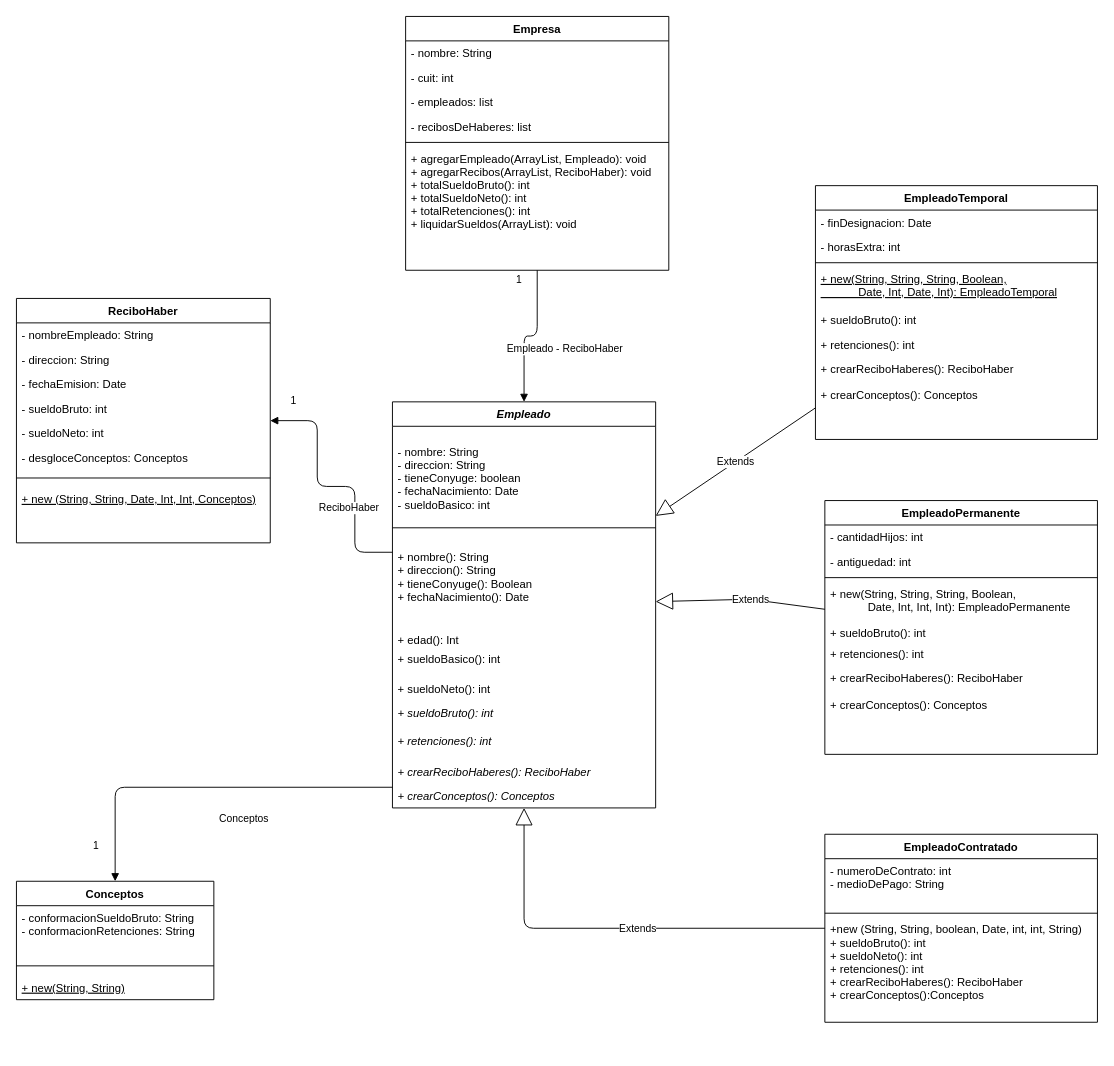
This is 2-TP-UML/TP-02-EmpleadosExtendido.drawio from CundariNicolas/unqui-poo2-cundari, a draw.io file, before an edit. Source tidied: cells renumbered, new cells numbered last; positions are measured from the earlier drawing's top-left corner, leaving out a move shared by most shapes. Both pictures are drawn from the tidied source at 94%, with x=0, y=0 at pixel (16, 16).
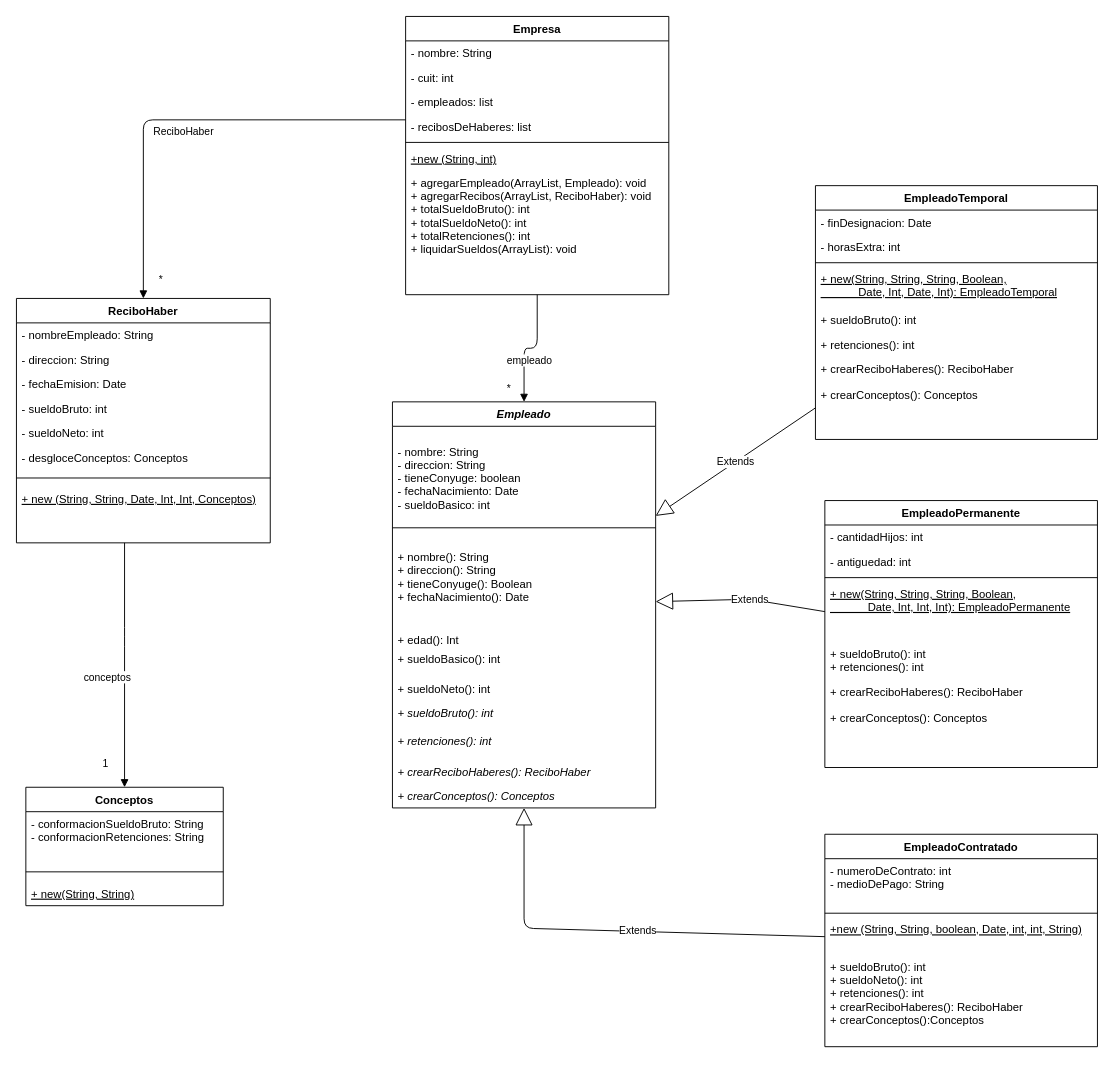
The same page after the edit.

Unchanged cells that the change refers to:
```xml
<mxCell id="9" value="Empleado" style="swimlane;fontStyle=3;align=center;verticalAlign=top;horizontal=1;startSize=26;" parent="1" vertex="1">
  <mxGeometry x="400" y="410" width="280" height="432" as="geometry" />
</mxCell>
<mxCell id="39" value="ReciboHaber" style="swimlane;fontStyle=1;align=center;verticalAlign=top;horizontal=1;startSize=26;" parent="1" vertex="1">
  <mxGeometry y="300" width="270" height="260" as="geometry" />
</mxCell>
```

The edit, as a diff of the source:
```diff
@@
     <mxCell id="2" value="Empresa" style="swimlane;fontStyle=1;align=center;verticalAlign=top;horizontal=1;startSize=26;" parent="1" vertex="1">
-      <mxGeometry x="414" width="280" height="270" as="geometry" />
+      <mxGeometry x="414" width="280" height="296" as="geometry" />
     </mxCell>
@@
+    <mxCell id="61" value="+new (String, int)" style="text;strokeColor=none;fillColor=none;align=left;verticalAlign=top;spacingLeft=4;spacingRight=4;overflow=hidden;fontStyle=4;" parent="2" vertex="1">
+      <mxGeometry y="138" width="280" height="26" as="geometry" />
+    </mxCell>
     <mxCell id="8" value="+ agregarEmpleado(ArrayList, Empleado): void&#10;+ agregarRecibos(ArrayList, ReciboHaber): void&#10;+ totalSueldoBruto(): int&#10;+ totalSueldoNeto(): int&#10;+ totalRetenciones(): int&#10;+ liquidarSueldos(ArrayList): void" style="text;strokeColor=none;fillColor=none;align=left;verticalAlign=top;spacingLeft=4;spacingRight=4;overflow=hidden;" parent="2" vertex="1">
-      <mxGeometry y="138" width="280" height="132" as="geometry" />
+      <mxGeometry y="164" width="280" height="132" as="geometry" />
     </mxCell>
@@
     <mxCell id="20" value="EmpleadoPermanente" style="swimlane;fontStyle=1;align=center;verticalAlign=top;horizontal=1;startSize=26;" parent="1" vertex="1">
-      <mxGeometry x="860" y="515" width="290" height="270" as="geometry" />
+      <mxGeometry x="860" y="515" width="290" height="284" as="geometry" />
     </mxCell>
@@
-    <mxCell id="24" value="+ new(String, String, String, Boolean,&#10;            Date, Int, Int, Int): EmpleadoPermanente&#10;&#10;+ sueldoBruto(): int" style="text;strokeColor=none;align=left;verticalAlign=top;spacingLeft=4;spacingRight=4;overflow=hidden;labelBorderColor=none;labelBackgroundColor=none;sketch=0;glass=0;rounded=0;fontStyle=0;" parent="20" vertex="1">
+    <mxCell id="24" value="+ new(String, String, String, Boolean,&#10;            Date, Int, Int, Int): EmpleadoPermanente&#10;&#10;" style="text;strokeColor=none;align=left;verticalAlign=top;spacingLeft=4;spacingRight=4;overflow=hidden;labelBorderColor=none;labelBackgroundColor=none;sketch=0;glass=0;rounded=0;fontStyle=4;" parent="20" vertex="1">
       <mxGeometry y="86" width="290" height="64" as="geometry" />
     </mxCell>
-    <mxCell id="25" value="+ retenciones(): int" style="text;strokeColor=none;fillColor=none;align=left;verticalAlign=top;spacingLeft=4;spacingRight=4;overflow=hidden;" parent="20" vertex="1">
-      <mxGeometry y="150" width="290" height="26" as="geometry" />
+    <mxCell id="25" value="+ sueldoBruto(): int&#10;+ retenciones(): int" style="text;strokeColor=none;fillColor=none;align=left;verticalAlign=top;spacingLeft=4;spacingRight=4;overflow=hidden;" parent="20" vertex="1">
+      <mxGeometry y="150" width="290" height="40" as="geometry" />
     </mxCell>
     <mxCell id="26" value="+ crearReciboHaberes(): ReciboHaber&#10;&#10;+ crearConceptos(): Conceptos" style="text;strokeColor=none;fillColor=none;align=left;verticalAlign=top;spacingLeft=4;spacingRight=4;overflow=hidden;fontStyle=0;" parent="20" vertex="1">
-      <mxGeometry y="176" width="290" height="94" as="geometry" />
+      <mxGeometry y="190" width="290" height="94" as="geometry" />
     </mxCell>
@@
-    <mxCell id="37" value="Empleado - ReciboHaber" style="endArrow=block;endFill=1;html=1;edgeStyle=orthogonalEdgeStyle;align=left;verticalAlign=top;" parent="1" edge="1" source="2" target="9">
+    <mxCell id="37" value="empleado" style="endArrow=block;endFill=1;html=1;edgeStyle=orthogonalEdgeStyle;align=left;verticalAlign=top;" parent="1" edge="1" source="2" target="9">
       <mxGeometry x="0.11" y="-20" relative="1" as="geometry" />
     </mxCell>
-    <mxCell id="38" value="1" style="edgeLabel;html=1;align=left;verticalAlign=bottom;" parent="37" vertex="1">
+    <mxCell id="38" value="*" style="edgeLabel;html=1;align=left;verticalAlign=bottom;" parent="37" vertex="1">
       <mxGeometry x="-1" relative="1" as="geometry">
-        <mxPoint x="-24" y="18" as="offset" />
+        <mxPoint x="-34" y="108" as="offset" />
       </mxGeometry>
     </mxCell>
@@
     <mxCell id="48" value="Conceptos" style="swimlane;fontStyle=1;align=center;verticalAlign=top;horizontal=1;startSize=26;" parent="1" vertex="1">
-      <mxGeometry y="920" width="210" height="126" as="geometry" />
+      <mxGeometry x="10" y="820" width="210" height="126" as="geometry" />
     </mxCell>
@@
-    <mxCell id="52" value="ReciboHaber" style="endArrow=block;endFill=1;html=1;edgeStyle=orthogonalEdgeStyle;align=left;verticalAlign=top;" parent="1" edge="1" source="9" target="39">
+    <mxCell id="52" value="ReciboHaber" style="endArrow=block;endFill=1;html=1;edgeStyle=orthogonalEdgeStyle;align=left;verticalAlign=top;" parent="1" edge="1" source="2" target="39">
       <mxGeometry x="0.11" y="-10" relative="1" as="geometry">
         <Array as="points">
-          <mxPoint x="360" y="570" />
-          <mxPoint x="360" y="500" />
-          <mxPoint x="320" y="500" />
-          <mxPoint x="320" y="430" />
+          <mxPoint x="135" y="110" />
         </Array>
         <mxPoint x="-10" y="10" as="offset" />
       </mxGeometry>
     </mxCell>
     <mxCell id="53" value="1" style="edgeLabel;html=1;align=left;verticalAlign=bottom;" parent="52" vertex="1">
       <mxGeometry x="-1" relative="1" as="geometry">
-        <mxPoint x="-320" y="320" as="offset" />
+        <mxPoint x="-324" y="693" as="offset" />
       </mxGeometry>
     </mxCell>
     <mxCell id="54" value="EmpleadoContratado" style="swimlane;fontStyle=1;align=center;verticalAlign=top;horizontal=1;startSize=26;" parent="1" vertex="1">
-      <mxGeometry x="860" y="870" width="290" height="200" as="geometry" />
+      <mxGeometry x="860" y="870" width="290" height="226" as="geometry" />
     </mxCell>
@@
+    <mxCell id="62" value="+new (String, String, boolean, Date, int, int, String)" style="text;strokeColor=none;fillColor=none;align=left;verticalAlign=top;spacingLeft=4;spacingRight=4;overflow=hidden;fontStyle=4;" parent="54" vertex="1">
+      <mxGeometry y="88" width="290" height="26" as="geometry" />
+    </mxCell>
-    <mxCell id="57" value="+new (String, String, boolean, Date, int, int, String)&#10;+ sueldoBruto(): int&#10;+ sueldoNeto(): int&#10;+ retenciones(): int&#10;+ crearReciboHaberes(): ReciboHaber&#10;+ crearConceptos():Conceptos" style="text;strokeColor=none;fillColor=none;align=left;verticalAlign=top;spacingLeft=4;spacingRight=4;overflow=hidden;" parent="54" vertex="1">
-      <mxGeometry y="88" width="290" height="112" as="geometry" />
+    <mxCell id="57" value="&#10;+ sueldoBruto(): int&#10;+ sueldoNeto(): int&#10;+ retenciones(): int&#10;+ crearReciboHaberes(): ReciboHaber&#10;+ crearConceptos():Conceptos" style="text;strokeColor=none;fillColor=none;align=left;verticalAlign=top;spacingLeft=4;spacingRight=4;overflow=hidden;fontStyle=0;" parent="54" vertex="1">
+      <mxGeometry y="114" width="290" height="112" as="geometry" />
     </mxCell>
@@
-    <mxCell id="59" value="Conceptos" style="endArrow=block;endFill=1;html=1;edgeStyle=orthogonalEdgeStyle;align=left;verticalAlign=top;" parent="1" edge="1" source="9" target="48">
-      <mxGeometry x="-0.06" y="20" relative="1" as="geometry">
+    <mxCell id="59" value="conceptos" style="endArrow=block;endFill=1;html=1;edgeStyle=orthogonalEdgeStyle;align=left;verticalAlign=top;" parent="1" edge="1" source="39" target="48">
+      <mxGeometry y="-45" relative="1" as="geometry">
         <Array as="points">
-          <mxPoint x="105" y="820" />
+          <mxPoint x="115" y="660" />
+          <mxPoint x="115" y="660" />
         </Array>
       </mxGeometry>
     </mxCell>
-    <mxCell id="60" value="1" style="edgeLabel;html=1;align=left;verticalAlign=bottom;" parent="59" vertex="1">
+    <mxCell id="60" value="*" style="edgeLabel;html=1;align=left;verticalAlign=bottom;" parent="59" vertex="1">
       <mxGeometry x="-1" relative="1" as="geometry">
-        <mxPoint x="-110" y="-403" as="offset" />
+        <mxPoint x="35" y="-272" as="offset" />
       </mxGeometry>
     </mxCell>
```
